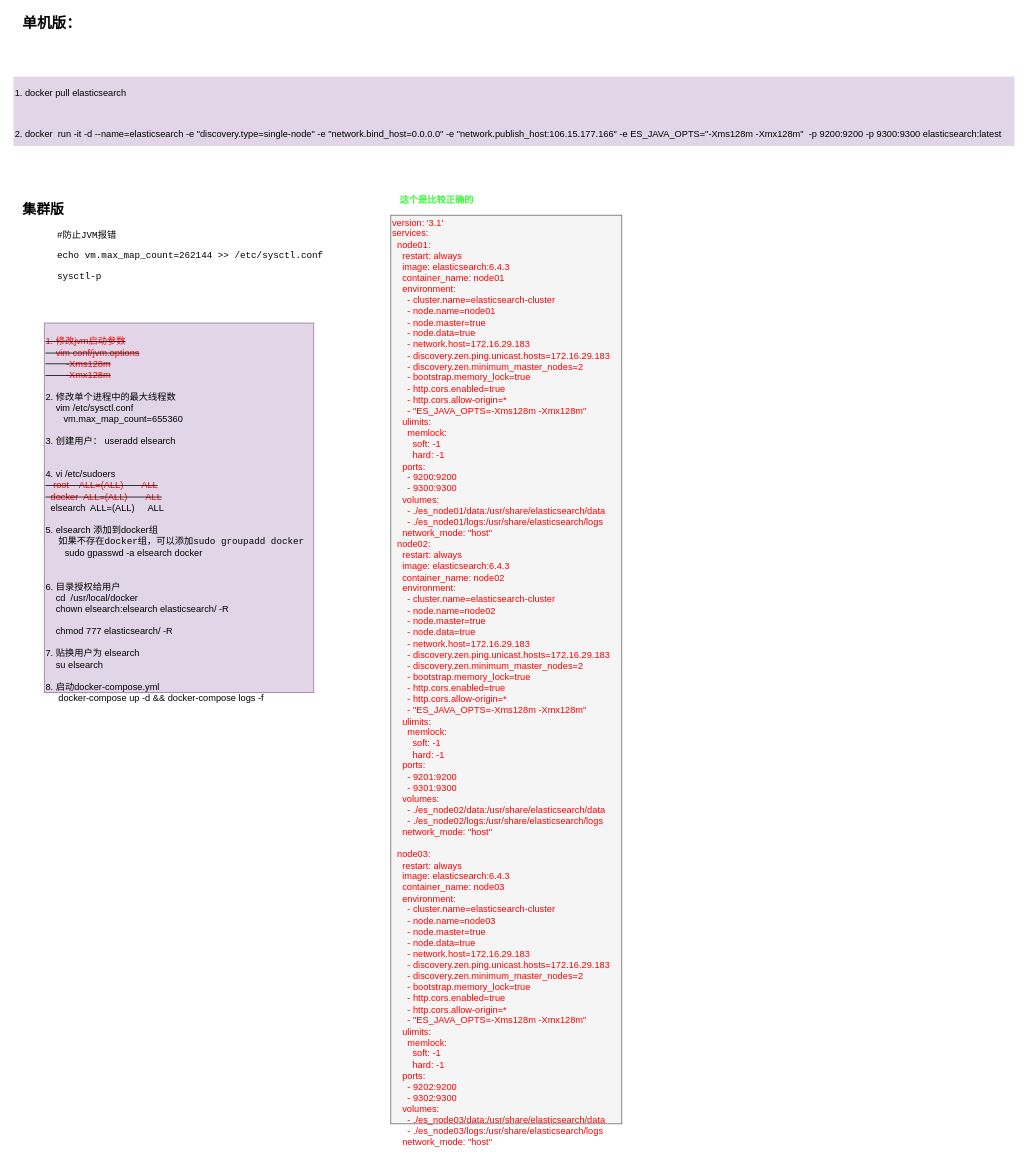
Earlier version of the draw.io diagram page "ELK" (3 of 5) of CI/CI/CDdrawio.drawio (liudongdong0909/draw). Source tidied: cells renumbered, new cells numbered last; positions are measured from the earlier drawing's top-left corner, leaving out a move shared by most shapes. Both pictures are drawn from the tidied source at 77%, with x=0, y=0 at pixel (13, 13).
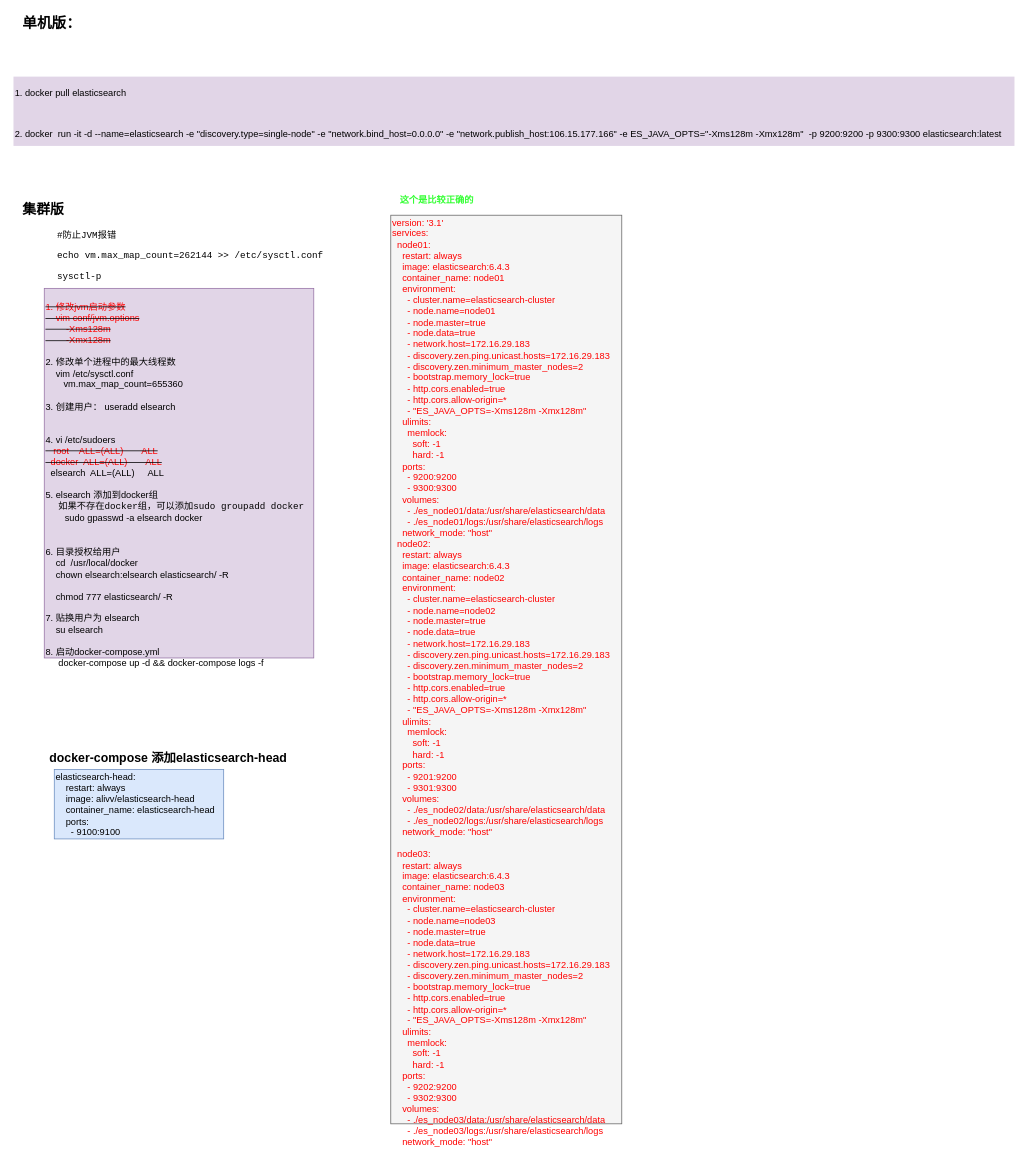
After the change.

Diff of the diagram source:
```diff
@@
 <mxGraphModel>
   <root>
     <mxCell id="0" />
     <mxCell id="1" parent="0" />
     <mxCell id="2" value="&lt;b&gt;&lt;font style=&quot;font-size: 19px&quot;&gt;单机版：&lt;/font&gt;&lt;/b&gt;" style="text;html=1;align=left;verticalAlign=top;spacingTop=-4;" parent="1" vertex="1">
       <mxGeometry x="10" width="90" height="20" as="geometry" />
     </mxCell>
     <mxCell id="3" value="&lt;div title=&quot;Page 6&quot;&gt;&lt;p&gt;&lt;span&gt;&lt;font&gt;1. docker pull elasticsearch&lt;/font&gt;&lt;/span&gt;&lt;/p&gt;&lt;p&gt;&lt;span&gt;&lt;font&gt;&lt;br&gt;&lt;/font&gt;&lt;/span&gt;&lt;/p&gt;&lt;p&gt;&lt;font&gt;&lt;span&gt;2.&amp;nbsp;&lt;/span&gt;&lt;/font&gt;&lt;span&gt;docker&amp;nbsp; run -it -d --name=elasticsearch -e &quot;discovery.type=single-node&quot; -e &quot;network.bind_host=0.0.0.0&quot; -e &quot;network.publish_host:106.15.177.166&quot; -e&amp;nbsp;&lt;/span&gt;&lt;span&gt;ES_JAVA_OPTS=&lt;/span&gt;&lt;span&gt;&quot;-Xms128m -Xmx128m&quot;&lt;/span&gt;&lt;span&gt;&amp;nbsp;&amp;nbsp;-p 9200:9200 -p 9300:9300 elasticsearch:latest&lt;/span&gt;&lt;/p&gt;&lt;/div&gt;" style="text;html=1;align=left;verticalAlign=top;spacingTop=-4;strokeColor=none;fillColor=#E1D5E7;fontColor=#000000;" parent="1" vertex="1">
       <mxGeometry y="82" width="1300" height="90" as="geometry" />
     </mxCell>
     <mxCell id="4" value="&lt;b&gt;&lt;font style=&quot;font-size: 18px&quot;&gt;集群版&lt;/font&gt;&lt;/b&gt;" style="text;html=1;align=left;verticalAlign=top;spacingTop=-4;fontColor=#000000;" parent="1" vertex="1">
       <mxGeometry x="10" y="242" width="70" height="20" as="geometry" />
     </mxCell>
     <mxCell id="5" value="&lt;pre&gt;&lt;code&gt;&lt;span&gt;#防止JVM报错&lt;/span&gt;&lt;/code&gt;&lt;/pre&gt;&lt;pre&gt;&lt;code&gt;&lt;span&gt;echo &lt;/span&gt;&lt;span&gt;vm.max_map_count=262144 &amp;gt;&amp;gt; /etc/sysctl.conf&lt;/span&gt;&lt;/code&gt;&lt;/pre&gt;&lt;pre&gt;&lt;code&gt;&lt;span&gt;sysctl&lt;/span&gt;&lt;span&gt;-p&lt;/span&gt;&lt;/code&gt;&lt;/pre&gt;" style="text;html=1;align=left;verticalAlign=top;spacingTop=-4;fontColor=#000000;" parent="1" vertex="1">
       <mxGeometry x="55" y="267" width="360" height="90" as="geometry" />
     </mxCell>
     <mxCell id="6" value="&lt;div&gt;&lt;font color=&quot;#ff0000&quot;&gt;version: '3.1'&lt;/font&gt;&lt;/div&gt;&lt;div&gt;&lt;font color=&quot;#ff0000&quot;&gt;services:&lt;/font&gt;&lt;/div&gt;&lt;div&gt;&lt;font color=&quot;#ff0000&quot;&gt;&amp;nbsp; node01:&lt;/font&gt;&lt;/div&gt;&lt;div&gt;&lt;font color=&quot;#ff0000&quot;&gt;&amp;nbsp; &amp;nbsp; restart: always&lt;/font&gt;&lt;/div&gt;&lt;div&gt;&lt;font color=&quot;#ff0000&quot;&gt;&amp;nbsp; &amp;nbsp; image: elasticsearch:6.4.3&lt;/font&gt;&lt;/div&gt;&lt;div&gt;&lt;font color=&quot;#ff0000&quot;&gt;&amp;nbsp; &amp;nbsp; container_name: node01&lt;/font&gt;&lt;/div&gt;&lt;div&gt;&lt;font color=&quot;#ff0000&quot;&gt;&amp;nbsp; &amp;nbsp; environment:&lt;/font&gt;&lt;/div&gt;&lt;div&gt;&lt;font color=&quot;#ff0000&quot;&gt;&amp;nbsp; &amp;nbsp; &amp;nbsp; - cluster.name=elasticsearch-cluster&lt;/font&gt;&lt;/div&gt;&lt;div&gt;&lt;font color=&quot;#ff0000&quot;&gt;&amp;nbsp; &amp;nbsp; &amp;nbsp; - node.name=node01&lt;/font&gt;&lt;/div&gt;&lt;div&gt;&lt;font color=&quot;#ff0000&quot;&gt;&amp;nbsp; &amp;nbsp; &amp;nbsp; - node.master=true&lt;/font&gt;&lt;/div&gt;&lt;div&gt;&lt;font color=&quot;#ff0000&quot;&gt;&amp;nbsp; &amp;nbsp; &amp;nbsp; - node.data=true&lt;/font&gt;&lt;/div&gt;&lt;div&gt;&lt;font color=&quot;#ff0000&quot;&gt;&amp;nbsp; &amp;nbsp; &amp;nbsp; - network.host=172.16.29.183&lt;/font&gt;&lt;/div&gt;&lt;div&gt;&lt;font color=&quot;#ff0000&quot;&gt;&amp;nbsp; &amp;nbsp; &amp;nbsp; - discovery.zen.ping.unicast.hosts=172.16.29.183&lt;/font&gt;&lt;/div&gt;&lt;div&gt;&lt;font color=&quot;#ff0000&quot;&gt;&amp;nbsp; &amp;nbsp; &amp;nbsp; - discovery.zen.minimum_master_nodes=2&lt;/font&gt;&lt;/div&gt;&lt;div&gt;&lt;font color=&quot;#ff0000&quot;&gt;&amp;nbsp; &amp;nbsp; &amp;nbsp; - bootstrap.memory_lock=true&lt;/font&gt;&lt;/div&gt;&lt;div&gt;&lt;font color=&quot;#ff0000&quot;&gt;&amp;nbsp; &amp;nbsp; &amp;nbsp; - http.cors.enabled=true&lt;/font&gt;&lt;/div&gt;&lt;div&gt;&lt;font color=&quot;#ff0000&quot;&gt;&amp;nbsp; &amp;nbsp; &amp;nbsp; - http.cors.allow-origin=*&lt;/font&gt;&lt;/div&gt;&lt;div&gt;&lt;font color=&quot;#ff0000&quot;&gt;&amp;nbsp; &amp;nbsp; &amp;nbsp; - &quot;ES_JAVA_OPTS=-Xms128m -Xmx128m&quot;&lt;/font&gt;&lt;/div&gt;&lt;div&gt;&lt;font color=&quot;#ff0000&quot;&gt;&amp;nbsp; &amp;nbsp; ulimits:&lt;/font&gt;&lt;/div&gt;&lt;div&gt;&lt;font color=&quot;#ff0000&quot;&gt;&amp;nbsp; &amp;nbsp; &amp;nbsp; memlock:&lt;/font&gt;&lt;/div&gt;&lt;div&gt;&lt;font color=&quot;#ff0000&quot;&gt;&amp;nbsp; &amp;nbsp; &amp;nbsp; &amp;nbsp; soft: -1&lt;/font&gt;&lt;/div&gt;&lt;div&gt;&lt;font color=&quot;#ff0000&quot;&gt;&amp;nbsp; &amp;nbsp; &amp;nbsp; &amp;nbsp; hard: -1&lt;/font&gt;&lt;/div&gt;&lt;div&gt;&lt;font color=&quot;#ff0000&quot;&gt;&amp;nbsp; &amp;nbsp; ports:&lt;/font&gt;&lt;/div&gt;&lt;div&gt;&lt;font color=&quot;#ff0000&quot;&gt;&amp;nbsp; &amp;nbsp; &amp;nbsp; - 9200:9200&lt;/font&gt;&lt;/div&gt;&lt;div&gt;&lt;font color=&quot;#ff0000&quot;&gt;&amp;nbsp; &amp;nbsp; &amp;nbsp; - 9300:9300&lt;/font&gt;&lt;/div&gt;&lt;div&gt;&lt;font color=&quot;#ff0000&quot;&gt;&amp;nbsp; &amp;nbsp; volumes:&lt;/font&gt;&lt;/div&gt;&lt;div&gt;&lt;font color=&quot;#ff0000&quot;&gt;&amp;nbsp; &amp;nbsp; &amp;nbsp; - ./es_node01/data:/usr/share/elasticsearch/data&lt;/font&gt;&lt;/div&gt;&lt;div&gt;&lt;font color=&quot;#ff0000&quot;&gt;&amp;nbsp; &amp;nbsp; &amp;nbsp; - ./es_node01/logs:/usr/share/elasticsearch/logs&amp;nbsp; &amp;nbsp;&amp;nbsp;&lt;/font&gt;&lt;/div&gt;&lt;div&gt;&lt;font color=&quot;#ff0000&quot;&gt;&amp;nbsp; &amp;nbsp; network_mode: &quot;host&quot;&lt;/font&gt;&lt;/div&gt;&lt;div&gt;&lt;font color=&quot;#ff0000&quot;&gt;&amp;nbsp; node02:&lt;/font&gt;&lt;/div&gt;&lt;div&gt;&lt;font color=&quot;#ff0000&quot;&gt;&amp;nbsp; &amp;nbsp; restart: always&lt;/font&gt;&lt;/div&gt;&lt;div&gt;&lt;font color=&quot;#ff0000&quot;&gt;&amp;nbsp; &amp;nbsp; image: elasticsearch:6.4.3&lt;/font&gt;&lt;/div&gt;&lt;div&gt;&lt;font color=&quot;#ff0000&quot;&gt;&amp;nbsp; &amp;nbsp; container_name: node02&lt;/font&gt;&lt;/div&gt;&lt;div&gt;&lt;font color=&quot;#ff0000&quot;&gt;&amp;nbsp; &amp;nbsp; environment:&lt;/font&gt;&lt;/div&gt;&lt;div&gt;&lt;font color=&quot;#ff0000&quot;&gt;&amp;nbsp; &amp;nbsp; &amp;nbsp; - cluster.name=elasticsearch-cluster&lt;/font&gt;&lt;/div&gt;&lt;div&gt;&lt;font color=&quot;#ff0000&quot;&gt;&amp;nbsp; &amp;nbsp; &amp;nbsp; - node.name=node02&lt;/font&gt;&lt;/div&gt;&lt;div&gt;&lt;font color=&quot;#ff0000&quot;&gt;&amp;nbsp; &amp;nbsp; &amp;nbsp; - node.master=true&lt;/font&gt;&lt;/div&gt;&lt;div&gt;&lt;font color=&quot;#ff0000&quot;&gt;&amp;nbsp; &amp;nbsp; &amp;nbsp; - node.data=true&lt;/font&gt;&lt;/div&gt;&lt;div&gt;&lt;font color=&quot;#ff0000&quot;&gt;&amp;nbsp; &amp;nbsp; &amp;nbsp; - network.host=172.16.29.183&lt;/font&gt;&lt;/div&gt;&lt;div&gt;&lt;font color=&quot;#ff0000&quot;&gt;&amp;nbsp; &amp;nbsp; &amp;nbsp; - discovery.zen.ping.unicast.hosts=172.16.29.183&lt;/font&gt;&lt;/div&gt;&lt;div&gt;&lt;font color=&quot;#ff0000&quot;&gt;&amp;nbsp; &amp;nbsp; &amp;nbsp; - discovery.zen.minimum_master_nodes=2&lt;/font&gt;&lt;/div&gt;&lt;div&gt;&lt;font color=&quot;#ff0000&quot;&gt;&amp;nbsp; &amp;nbsp; &amp;nbsp; - bootstrap.memory_lock=true&lt;/font&gt;&lt;/div&gt;&lt;div&gt;&lt;font color=&quot;#ff0000&quot;&gt;&amp;nbsp; &amp;nbsp; &amp;nbsp; - http.cors.enabled=true&lt;/font&gt;&lt;/div&gt;&lt;div&gt;&lt;font color=&quot;#ff0000&quot;&gt;&amp;nbsp; &amp;nbsp; &amp;nbsp; - http.cors.allow-origin=*&lt;/font&gt;&lt;/div&gt;&lt;div&gt;&lt;font color=&quot;#ff0000&quot;&gt;&amp;nbsp; &amp;nbsp; &amp;nbsp; - &quot;ES_JAVA_OPTS=-Xms128m -Xmx128m&quot;&lt;/font&gt;&lt;/div&gt;&lt;div&gt;&lt;font color=&quot;#ff0000&quot;&gt;&amp;nbsp; &amp;nbsp; ulimits:&lt;/font&gt;&lt;/div&gt;&lt;div&gt;&lt;font color=&quot;#ff0000&quot;&gt;&amp;nbsp; &amp;nbsp; &amp;nbsp; memlock:&lt;/font&gt;&lt;/div&gt;&lt;div&gt;&lt;font color=&quot;#ff0000&quot;&gt;&amp;nbsp; &amp;nbsp; &amp;nbsp; &amp;nbsp; soft: -1&lt;/font&gt;&lt;/div&gt;&lt;div&gt;&lt;font color=&quot;#ff0000&quot;&gt;&amp;nbsp; &amp;nbsp; &amp;nbsp; &amp;nbsp; hard: -1&lt;/font&gt;&lt;/div&gt;&lt;div&gt;&lt;font color=&quot;#ff0000&quot;&gt;&amp;nbsp; &amp;nbsp; ports:&lt;/font&gt;&lt;/div&gt;&lt;div&gt;&lt;font color=&quot;#ff0000&quot;&gt;&amp;nbsp; &amp;nbsp; &amp;nbsp; - 9201:9200&lt;/font&gt;&lt;/div&gt;&lt;div&gt;&lt;font color=&quot;#ff0000&quot;&gt;&amp;nbsp; &amp;nbsp; &amp;nbsp; - 9301:9300&lt;/font&gt;&lt;/div&gt;&lt;div&gt;&lt;font color=&quot;#ff0000&quot;&gt;&amp;nbsp; &amp;nbsp; volumes:&lt;/font&gt;&lt;/div&gt;&lt;div&gt;&lt;font color=&quot;#ff0000&quot;&gt;&amp;nbsp; &amp;nbsp; &amp;nbsp; - ./es_node02/data:/usr/share/elasticsearch/data&lt;/font&gt;&lt;/div&gt;&lt;div&gt;&lt;font color=&quot;#ff0000&quot;&gt;&amp;nbsp; &amp;nbsp; &amp;nbsp; - ./es_node02/logs:/usr/share/elasticsearch/logs&amp;nbsp; &amp;nbsp;&amp;nbsp;&lt;/font&gt;&lt;/div&gt;&lt;div&gt;&lt;font color=&quot;#ff0000&quot;&gt;&amp;nbsp; &amp;nbsp; network_mode: &quot;host&quot;&lt;/font&gt;&lt;/div&gt;&lt;div&gt;&lt;font color=&quot;#ff0000&quot;&gt;&lt;br&gt;&lt;/font&gt;&lt;/div&gt;&lt;div&gt;&lt;font color=&quot;#ff0000&quot;&gt;&amp;nbsp; node03:&lt;/font&gt;&lt;/div&gt;&lt;div&gt;&lt;font color=&quot;#ff0000&quot;&gt;&amp;nbsp; &amp;nbsp; restart: always&lt;/font&gt;&lt;/div&gt;&lt;div&gt;&lt;font color=&quot;#ff0000&quot;&gt;&amp;nbsp; &amp;nbsp; image: elasticsearch:6.4.3&lt;/font&gt;&lt;/div&gt;&lt;div&gt;&lt;font color=&quot;#ff0000&quot;&gt;&amp;nbsp; &amp;nbsp; container_name: node03&lt;/font&gt;&lt;/div&gt;&lt;div&gt;&lt;font color=&quot;#ff0000&quot;&gt;&amp;nbsp; &amp;nbsp; environment:&lt;/font&gt;&lt;/div&gt;&lt;div&gt;&lt;font color=&quot;#ff0000&quot;&gt;&amp;nbsp; &amp;nbsp; &amp;nbsp; - cluster.name=elasticsearch-cluster&lt;/font&gt;&lt;/div&gt;&lt;div&gt;&lt;font color=&quot;#ff0000&quot;&gt;&amp;nbsp; &amp;nbsp; &amp;nbsp; - node.name=node03&lt;/font&gt;&lt;/div&gt;&lt;div&gt;&lt;font color=&quot;#ff0000&quot;&gt;&amp;nbsp; &amp;nbsp; &amp;nbsp; - node.master=true&lt;/font&gt;&lt;/div&gt;&lt;div&gt;&lt;font color=&quot;#ff0000&quot;&gt;&amp;nbsp; &amp;nbsp; &amp;nbsp; - node.data=true&lt;/font&gt;&lt;/div&gt;&lt;div&gt;&lt;font color=&quot;#ff0000&quot;&gt;&amp;nbsp; &amp;nbsp; &amp;nbsp; - network.host=172.16.29.183&lt;/font&gt;&lt;/div&gt;&lt;div&gt;&lt;font color=&quot;#ff0000&quot;&gt;&amp;nbsp; &amp;nbsp; &amp;nbsp; - discovery.zen.ping.unicast.hosts=172.16.29.183&lt;/font&gt;&lt;/div&gt;&lt;div&gt;&lt;font color=&quot;#ff0000&quot;&gt;&amp;nbsp; &amp;nbsp; &amp;nbsp; - discovery.zen.minimum_master_nodes=2&lt;/font&gt;&lt;/div&gt;&lt;div&gt;&lt;font color=&quot;#ff0000&quot;&gt;&amp;nbsp; &amp;nbsp; &amp;nbsp; - bootstrap.memory_lock=true&lt;/font&gt;&lt;/div&gt;&lt;div&gt;&lt;font color=&quot;#ff0000&quot;&gt;&amp;nbsp; &amp;nbsp; &amp;nbsp; - http.cors.enabled=true&lt;/font&gt;&lt;/div&gt;&lt;div&gt;&lt;font color=&quot;#ff0000&quot;&gt;&amp;nbsp; &amp;nbsp; &amp;nbsp; - http.cors.allow-origin=*&lt;/font&gt;&lt;/div&gt;&lt;div&gt;&lt;font color=&quot;#ff0000&quot;&gt;&amp;nbsp; &amp;nbsp; &amp;nbsp; - &quot;ES_JAVA_OPTS=-Xms128m -Xmx128m&quot;&lt;/font&gt;&lt;/div&gt;&lt;div&gt;&lt;font color=&quot;#ff0000&quot;&gt;&amp;nbsp; &amp;nbsp; ulimits:&lt;/font&gt;&lt;/div&gt;&lt;div&gt;&lt;font color=&quot;#ff0000&quot;&gt;&amp;nbsp; &amp;nbsp; &amp;nbsp; memlock:&lt;/font&gt;&lt;/div&gt;&lt;div&gt;&lt;font color=&quot;#ff0000&quot;&gt;&amp;nbsp; &amp;nbsp; &amp;nbsp; &amp;nbsp; soft: -1&lt;/font&gt;&lt;/div&gt;&lt;div&gt;&lt;font color=&quot;#ff0000&quot;&gt;&amp;nbsp; &amp;nbsp; &amp;nbsp; &amp;nbsp; hard: -1&lt;/font&gt;&lt;/div&gt;&lt;div&gt;&lt;font color=&quot;#ff0000&quot;&gt;&amp;nbsp; &amp;nbsp; ports:&lt;/font&gt;&lt;/div&gt;&lt;div&gt;&lt;font color=&quot;#ff0000&quot;&gt;&amp;nbsp; &amp;nbsp; &amp;nbsp; - 9202:9200&lt;/font&gt;&lt;/div&gt;&lt;div&gt;&lt;font color=&quot;#ff0000&quot;&gt;&amp;nbsp; &amp;nbsp; &amp;nbsp; - 9302:9300&lt;/font&gt;&lt;/div&gt;&lt;div&gt;&lt;font color=&quot;#ff0000&quot;&gt;&amp;nbsp; &amp;nbsp; volumes:&lt;/font&gt;&lt;/div&gt;&lt;div&gt;&lt;font color=&quot;#ff0000&quot;&gt;&amp;nbsp; &amp;nbsp; &amp;nbsp; - ./es_node03/data:/usr/share/elasticsearch/data&lt;/font&gt;&lt;/div&gt;&lt;div&gt;&lt;font color=&quot;#ff0000&quot;&gt;&amp;nbsp; &amp;nbsp; &amp;nbsp; - ./es_node03/logs:/usr/share/elasticsearch/logs&amp;nbsp; &amp;nbsp;&amp;nbsp;&lt;/font&gt;&lt;/div&gt;&lt;div&gt;&lt;font color=&quot;#ff0000&quot;&gt;&amp;nbsp; &amp;nbsp; network_mode: &quot;host&quot;&lt;/font&gt;&lt;/div&gt;" style="text;html=1;align=left;verticalAlign=top;spacingTop=-4;fillColor=#f5f5f5;strokeColor=#666666;fontColor=#333333;" parent="1" vertex="1">
       <mxGeometry x="490" y="262" width="300" height="1180" as="geometry" />
     </mxCell>
     <mxCell id="7" value="&lt;b&gt;&lt;font color=&quot;#33ff33&quot;&gt;这个是比较正确的&lt;/font&gt;&lt;/b&gt;" style="text;html=1;align=left;verticalAlign=top;spacingTop=-4;" parent="1" vertex="1">
       <mxGeometry x="500" y="232" width="110" height="20" as="geometry" />
     </mxCell>
     <mxCell id="8" value="&lt;div&gt;&lt;font color=&quot;#ff0000&quot;&gt;&lt;br&gt;&lt;/font&gt;&lt;/div&gt;&lt;div&gt;&lt;strike&gt;&lt;font color=&quot;#ff0000&quot;&gt;1. 修改jvm启动参数&lt;/font&gt;&lt;/strike&gt;&lt;/div&gt;&lt;div&gt;&lt;strike&gt;&lt;font color=&quot;#ff0000&quot;&gt;&amp;nbsp; &amp;nbsp; vim conf/jvm.options&lt;/font&gt;&lt;/strike&gt;&lt;/div&gt;&lt;div&gt;&lt;strike&gt;&lt;font color=&quot;#ff0000&quot;&gt;&amp;nbsp; &amp;nbsp; &amp;nbsp; &amp;nbsp; -Xms128m&lt;/font&gt;&lt;/strike&gt;&lt;/div&gt;&lt;div&gt;&lt;strike&gt;&lt;font color=&quot;#ff0000&quot;&gt;&amp;nbsp; &amp;nbsp; &amp;nbsp; &amp;nbsp; -Xmx128m&lt;/font&gt;&lt;/strike&gt;&lt;/div&gt;&lt;div&gt;&lt;br&gt;&lt;/div&gt;&lt;div&gt;2. 修改单个进程中的最大线程数&lt;/div&gt;&lt;div&gt;&amp;nbsp; &amp;nbsp; vim /etc/sysctl.conf&lt;/div&gt;&lt;div&gt;&amp;nbsp; &amp;nbsp; &amp;nbsp; &amp;nbsp;vm.max_map_count=655360&lt;/div&gt;&lt;div&gt;&lt;br&gt;&lt;/div&gt;&lt;div&gt;&lt;div&gt;3. 创建用户： useradd elsearch&lt;/div&gt;&lt;div&gt;&lt;br&gt;&lt;/div&gt;&lt;div&gt;&lt;br&gt;&lt;/div&gt;&lt;div&gt;4. vi /etc/sudoers&lt;/div&gt;&lt;div&gt;&lt;div&gt;&lt;strike&gt;&amp;nbsp;&lt;font color=&quot;#ff0000&quot;&gt; &amp;nbsp;root&amp;nbsp; &amp;nbsp; ALL=(ALL)&amp;nbsp; &amp;nbsp; &amp;nbsp; &amp;nbsp;ALL&lt;/font&gt;&lt;/strike&gt;&lt;/div&gt;&lt;div&gt;&lt;strike&gt;&lt;font color=&quot;#ff0000&quot;&gt;&amp;nbsp; docker&amp;nbsp; ALL=(ALL)&amp;nbsp; &amp;nbsp; &amp;nbsp; &amp;nbsp;ALL&lt;/font&gt;&lt;/strike&gt;&lt;/div&gt;&lt;div&gt;&amp;nbsp; elsearch&amp;nbsp; ALL=(ALL)&amp;nbsp; &amp;nbsp; &amp;nbsp;ALL&lt;/div&gt;&lt;/div&gt;&lt;div&gt;&lt;br&gt;&lt;/div&gt;&lt;div&gt;5. elsearch 添加到docker组&lt;/div&gt;&lt;div&gt;&amp;nbsp; &amp;nbsp; &amp;nbsp;&lt;span&gt;如果不存在&lt;/span&gt;&lt;code&gt;docker&lt;/code&gt;&lt;span&gt;组，可以添加&lt;/span&gt;&lt;code&gt;sudo groupadd docker&lt;/code&gt;&lt;/div&gt;&lt;div&gt;&lt;code&gt;&amp;nbsp; &amp;nbsp;&lt;/code&gt;&lt;span&gt;&amp;nbsp;sudo gpasswd -a elsearch docker&lt;/span&gt;&lt;/div&gt;&lt;div&gt;&lt;br&gt;&lt;/div&gt;&lt;div&gt;&lt;br&gt;&lt;/div&gt;&lt;div&gt;6. 目录授权给用户&lt;/div&gt;&amp;nbsp; &amp;nbsp; cd&amp;nbsp; /usr/local/docker&lt;div&gt;&amp;nbsp; &amp;nbsp; chown elsearch:elsearch elasticsearch/ -R&lt;br&gt;&lt;/div&gt;&lt;/div&gt;&lt;div&gt;&lt;br&gt;&lt;/div&gt;&lt;div&gt;&amp;nbsp; &amp;nbsp; chmod 777 elasticsearch/ -R&lt;/div&gt;&lt;div&gt;&lt;br&gt;&lt;/div&gt;&lt;div&gt;7. 贴换用户为 elsearch&lt;/div&gt;&lt;div&gt;&amp;nbsp; &amp;nbsp;&amp;nbsp;su elsearch&lt;/div&gt;&lt;div&gt;&lt;br&gt;&lt;/div&gt;&lt;div&gt;8. 启动docker-compose.yml&lt;/div&gt;&lt;div&gt;&amp;nbsp; &amp;nbsp; &amp;nbsp;docker-compose up -d &amp;amp;&amp;amp; docker-compose logs -f&lt;/div&gt;" style="text;html=1;align=left;verticalAlign=top;spacingTop=-4;fillColor=#e1d5e7;strokeColor=#9673a6;" parent="1" vertex="1">
-      <mxGeometry x="40" y="402" width="350" height="480" as="geometry" />
+      <mxGeometry x="40" y="357" width="350" height="480" as="geometry" />
     </mxCell>
+    <mxCell id="9" value="&lt;div&gt;elasticsearch-head:&lt;/div&gt;&lt;div&gt;&amp;nbsp; &amp;nbsp; restart: always&lt;/div&gt;&lt;div&gt;&amp;nbsp; &amp;nbsp; image: alivv/elasticsearch-head&lt;/div&gt;&lt;div&gt;&amp;nbsp; &amp;nbsp; container_name:&amp;nbsp;&lt;span&gt;elasticsearch&lt;/span&gt;&lt;span&gt;-&lt;/span&gt;&lt;span&gt;head&lt;/span&gt;&lt;/div&gt;&lt;div&gt;&amp;nbsp; &amp;nbsp; ports:&lt;/div&gt;&lt;div&gt;&amp;nbsp; &amp;nbsp; &amp;nbsp; - 9100:9100&lt;/div&gt;" style="text;html=1;align=left;verticalAlign=top;spacingTop=-4;fillColor=#dae8fc;strokeColor=#6c8ebf;" parent="1" vertex="1">
+      <mxGeometry x="53" y="982" width="220" height="90" as="geometry" />
+    </mxCell>
+    <mxCell id="10" value="&lt;b&gt;&lt;font style=&quot;font-size: 16px&quot;&gt;docker-compose 添加elasticsearch-head&lt;/font&gt;&lt;/b&gt;" style="text;html=1;align=left;verticalAlign=top;spacingTop=-4;" parent="1" vertex="1">
+      <mxGeometry x="45" y="955" width="320" height="20" as="geometry" />
+    </mxCell>
   </root>
 </mxGraphModel>
```
